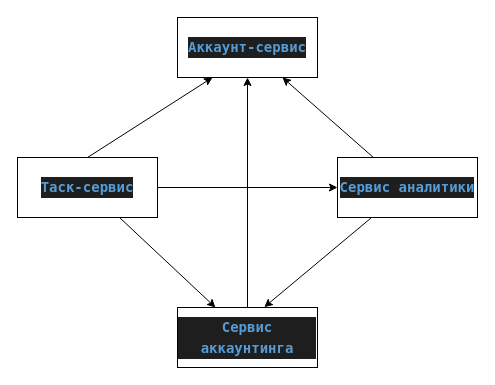
Before: first-solution/diagram.drawio in novoseltcev/async-course, a draw.io diagram. Source tidied: cells renumbered, new cells numbered last; positions are measured from the earlier drawing's top-left corner, leaving out a move shared by most shapes. Both pictures are drawn from the tidied source at 100%, with x=0, y=0 at pixel (17, 17).
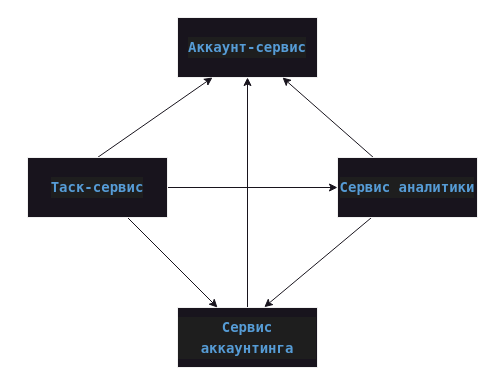
The same page after the edit.

Change to the diagram source:
```diff
@@
-<mxGraphModel>
+<mxGraphModel background="#ffffff">
   <root>
     <mxCell id="0" />
     <mxCell id="1" parent="0" />
-    <mxCell id="2" value="&lt;div style=&quot;color: rgb(212, 212, 212); background-color: rgb(30, 30, 30); font-family: Menlo, Monaco, &amp;quot;Courier New&amp;quot;, monospace; font-size: 14px; line-height: 21px;&quot;&gt;&lt;span style=&quot;color: #569cd6;font-weight: bold;&quot;&gt;Аккаунт-сервис&lt;/span&gt;&lt;/div&gt;" style="rounded=0;whiteSpace=wrap;html=1;" parent="1" vertex="1">
+    <mxCell id="2" value="&lt;div style=&quot;color: rgb(212, 212, 212); background-color: rgb(30, 30, 30); font-family: Menlo, Monaco, &amp;quot;Courier New&amp;quot;, monospace; font-size: 14px; line-height: 21px;&quot;&gt;&lt;span style=&quot;color: #569cd6;font-weight: bold;&quot;&gt;Аккаунт-сервис&lt;/span&gt;&lt;/div&gt;" style="rounded=0;whiteSpace=wrap;html=1;fillColor=#18141D;strokeColor=#F0F0F0;" parent="1" vertex="1">
       <mxGeometry x="160" width="140" height="60" as="geometry" />
     </mxCell>
-    <mxCell id="3" style="edgeStyle=none;html=1;entryX=0.5;entryY=1;entryDx=0;entryDy=0;" parent="1" edge="1" source="4" target="2">
+    <mxCell id="3" style="edgeStyle=none;html=1;entryX=0.5;entryY=1;entryDx=0;entryDy=0;strokeColor=#18141D;fillColor=#18141D;" parent="1" edge="1" source="4" target="2">
       <mxGeometry relative="1" as="geometry" />
     </mxCell>
-    <mxCell id="4" value="&lt;div style=&quot;color: rgb(212, 212, 212); background-color: rgb(30, 30, 30); font-family: Menlo, Monaco, &amp;quot;Courier New&amp;quot;, monospace; font-size: 14px; line-height: 21px;&quot;&gt;&lt;div style=&quot;line-height: 21px;&quot;&gt;&lt;span style=&quot;color: #569cd6;font-weight: bold;&quot;&gt;Сервис аккаунтинга&lt;/span&gt;&lt;/div&gt;&lt;/div&gt;" style="rounded=0;whiteSpace=wrap;html=1;" parent="1" vertex="1">
+    <mxCell id="4" value="&lt;div style=&quot;color: rgb(212, 212, 212); background-color: rgb(30, 30, 30); font-family: Menlo, Monaco, &amp;quot;Courier New&amp;quot;, monospace; font-size: 14px; line-height: 21px;&quot;&gt;&lt;div style=&quot;line-height: 21px;&quot;&gt;&lt;span style=&quot;color: #569cd6;font-weight: bold;&quot;&gt;Сервис аккаунтинга&lt;/span&gt;&lt;/div&gt;&lt;/div&gt;" style="rounded=0;whiteSpace=wrap;html=1;fillColor=#18141D;strokeColor=#F0F0F0;" parent="1" vertex="1">
       <mxGeometry x="160" y="290" width="140" height="60" as="geometry" />
     </mxCell>
-    <mxCell id="5" style="edgeStyle=none;html=1;exitX=0.5;exitY=0;exitDx=0;exitDy=0;entryX=0.25;entryY=1;entryDx=0;entryDy=0;" parent="1" edge="1" source="8" target="2">
+    <mxCell id="5" style="edgeStyle=none;html=1;exitX=0.5;exitY=0;exitDx=0;exitDy=0;entryX=0.25;entryY=1;entryDx=0;entryDy=0;strokeColor=#18141D;fillColor=#18141D;" parent="1" edge="1" source="8" target="2">
       <mxGeometry relative="1" as="geometry" />
     </mxCell>
-    <mxCell id="6" style="edgeStyle=none;html=1;" parent="1" edge="1" source="8" target="4">
+    <mxCell id="6" style="edgeStyle=none;html=1;strokeColor=#18141D;fillColor=#18141D;" parent="1" edge="1" source="8" target="4">
       <mxGeometry relative="1" as="geometry" />
     </mxCell>
-    <mxCell id="7" style="edgeStyle=none;html=1;" parent="1" edge="1" source="8" target="11">
+    <mxCell id="7" style="edgeStyle=none;html=1;strokeColor=#18141D;fillColor=#18141D;" parent="1" edge="1" source="8" target="11">
       <mxGeometry relative="1" as="geometry" />
     </mxCell>
-    <mxCell id="8" value="&lt;div style=&quot;color: rgb(212, 212, 212); background-color: rgb(30, 30, 30); font-family: Menlo, Monaco, &amp;quot;Courier New&amp;quot;, monospace; font-size: 14px; line-height: 21px;&quot;&gt;&lt;span style=&quot;color: #569cd6;font-weight: bold;&quot;&gt;Таск-сервис&lt;/span&gt;&lt;/div&gt;" style="rounded=0;whiteSpace=wrap;html=1;" parent="1" vertex="1">
-      <mxGeometry y="140" width="140" height="60" as="geometry" />
+    <mxCell id="8" value="&lt;div style=&quot;color: rgb(212, 212, 212); background-color: rgb(30, 30, 30); font-family: Menlo, Monaco, &amp;quot;Courier New&amp;quot;, monospace; font-size: 14px; line-height: 21px;&quot;&gt;&lt;span style=&quot;color: #569cd6;font-weight: bold;&quot;&gt;Таск-сервис&lt;/span&gt;&lt;/div&gt;" style="rounded=0;whiteSpace=wrap;html=1;fillColor=#18141D;strokeColor=#F0F0F0;" parent="1" vertex="1">
+      <mxGeometry x="10" y="140" width="140" height="60" as="geometry" />
     </mxCell>
-    <mxCell id="9" style="edgeStyle=none;html=1;entryX=0.75;entryY=1;entryDx=0;entryDy=0;" parent="1" edge="1" source="11" target="2">
+    <mxCell id="9" style="edgeStyle=none;html=1;entryX=0.75;entryY=1;entryDx=0;entryDy=0;strokeColor=#18141D;fillColor=#18141D;" parent="1" edge="1" source="11" target="2">
       <mxGeometry relative="1" as="geometry" />
     </mxCell>
-    <mxCell id="10" style="edgeStyle=none;html=1;entryX=0.62;entryY=-0.006;entryDx=0;entryDy=0;entryPerimeter=0;" parent="1" edge="1" source="11" target="4">
+    <mxCell id="10" style="edgeStyle=none;html=1;entryX=0.62;entryY=-0.006;entryDx=0;entryDy=0;entryPerimeter=0;strokeColor=#18141D;fillColor=#18141D;" parent="1" edge="1" source="11" target="4">
       <mxGeometry relative="1" as="geometry" />
     </mxCell>
-    <mxCell id="11" value="&lt;div style=&quot;color: rgb(212, 212, 212); background-color: rgb(30, 30, 30); font-family: Menlo, Monaco, &amp;quot;Courier New&amp;quot;, monospace; font-size: 14px; line-height: 21px;&quot;&gt;&lt;div style=&quot;line-height: 21px;&quot;&gt;&lt;span style=&quot;color: #569cd6;font-weight: bold;&quot;&gt;Сервис аналитики&lt;/span&gt;&lt;/div&gt;&lt;/div&gt;" style="rounded=0;whiteSpace=wrap;html=1;" parent="1" vertex="1">
+    <mxCell id="11" value="&lt;div style=&quot;color: rgb(212, 212, 212); background-color: rgb(30, 30, 30); font-family: Menlo, Monaco, &amp;quot;Courier New&amp;quot;, monospace; font-size: 14px; line-height: 21px;&quot;&gt;&lt;div style=&quot;line-height: 21px;&quot;&gt;&lt;span style=&quot;color: #569cd6;font-weight: bold;&quot;&gt;Сервис аналитики&lt;/span&gt;&lt;/div&gt;&lt;/div&gt;" style="rounded=0;whiteSpace=wrap;html=1;fillColor=#18141D;strokeColor=#F0F0F0;" parent="1" vertex="1">
       <mxGeometry x="320" y="140" width="140" height="60" as="geometry" />
     </mxCell>
   </root>
 </mxGraphModel>
```
